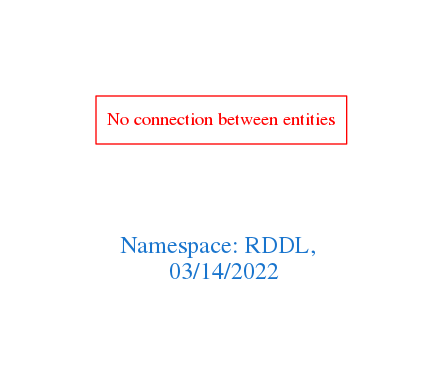
Earlier version of the Graphviz export downloads/RDDL.png (arago/OGIT). Its source is kept beside it as downloads/RDDL.dot.
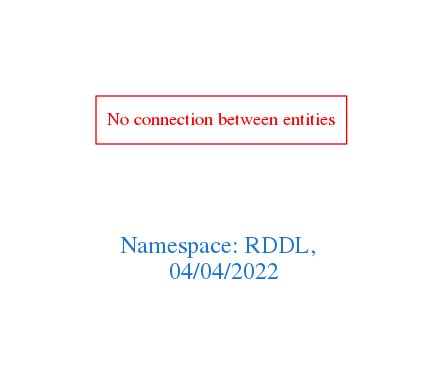
The same diagram one commit later.

Change to the diagram source:
```diff
@@ -1,7 +1,7 @@
 digraph OGIT_ontology {
  graph [ rankdir= LR,pad=1
 fontsize = 18,
-fontcolor= dodgerblue3,label = "\n\n\nNamespace: RDDL, \n 03/14/2022"];
+fontcolor= dodgerblue3,label = "\n\n\nNamespace: RDDL, \n 04/04/2022"];
 node[shape=polygon];
 edge [  color="gray81"];
 
```
